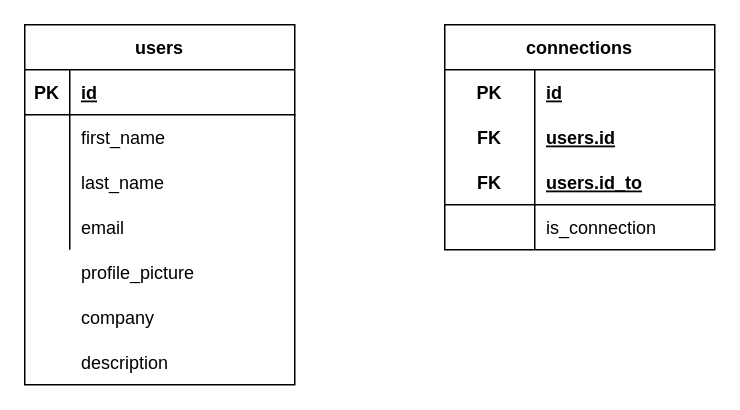
Earlier version of the draw.io diagram Schema.drawio (SantiagoLopez-hub/Graf-us). Source tidied: cells renumbered, new cells numbered last; positions are measured from the earlier drawing's top-left corner, leaving out a move shared by most shapes. Both pictures are drawn from the tidied source at 150%, with x=0, y=0 at pixel (24, 24).
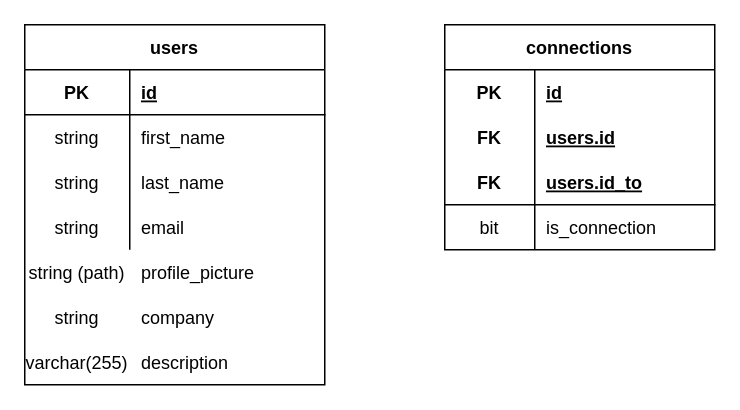
The same page after the edit.

Commit message:
Adding datatypes to fields

The change refers to these unchanged cells:
```xml
<mxCell id="28" style="shape=partialRectangle;fillColor=none;top=0;left=0;bottom=0;right=0;rounded=0;sketch=0;" parent="18" vertex="1">
  <mxGeometry y="120" width="180" height="30" as="geometry" />
</mxCell>
```

Diff of the diagram source:
```diff
@@
     <mxCell id="2" value="users" style="shape=table;startSize=30;childLayout=tableLayout;rowLines=0;fontStyle=1;align=center;rounded=0;sketch=0;" parent="1" vertex="1">
-      <mxGeometry width="180" height="240" as="geometry" />
+      <mxGeometry width="200" height="240" as="geometry" />
     </mxCell>
     <mxCell id="3" style="shape=partialRectangle;fillColor=none;top=0;left=0;bottom=1;right=0;rounded=0;sketch=0;" parent="2" vertex="1">
-      <mxGeometry y="30" width="180" height="30" as="geometry" />
+      <mxGeometry y="30" width="200" height="30" as="geometry" />
     </mxCell>
     <mxCell id="4" value="PK" style="shape=partialRectangle;fillColor=none;top=0;left=0;bottom=0;right=0;fontStyle=1;overflow=hidden;rounded=0;sketch=0;" parent="3" vertex="1">
-      <mxGeometry width="30" height="30" as="geometry" />
+      <mxGeometry width="70" height="30" as="geometry" />
     </mxCell>
     <mxCell id="5" value="id" style="shape=partialRectangle;fillColor=none;top=0;left=0;bottom=0;right=0;align=left;spacingLeft=6;fontStyle=5;overflow=hidden;rounded=0;sketch=0;" parent="3" vertex="1">
-      <mxGeometry x="30" width="150" height="30" as="geometry" />
+      <mxGeometry x="70" width="130" height="30" as="geometry" />
     </mxCell>
     <mxCell id="6" style="shape=partialRectangle;fillColor=none;top=0;left=0;bottom=0;right=0;rounded=0;sketch=0;" parent="2" vertex="1">
-      <mxGeometry y="60" width="180" height="30" as="geometry" />
+      <mxGeometry y="60" width="200" height="30" as="geometry" />
     </mxCell>
-    <mxCell id="7" style="shape=partialRectangle;fillColor=none;top=0;left=0;bottom=0;right=0;overflow=hidden;rounded=0;sketch=0;" parent="6" vertex="1">
-      <mxGeometry width="30" height="30" as="geometry" />
+    <mxCell id="7" value="string" style="shape=partialRectangle;fillColor=none;top=0;left=0;bottom=0;right=0;overflow=hidden;rounded=0;sketch=0;" parent="6" vertex="1">
+      <mxGeometry width="70" height="30" as="geometry" />
     </mxCell>
     <mxCell id="8" value="first_name" style="shape=partialRectangle;fillColor=none;top=0;left=0;bottom=0;right=0;align=left;spacingLeft=6;overflow=hidden;rounded=0;sketch=0;" parent="6" vertex="1">
-      <mxGeometry x="30" width="150" height="30" as="geometry" />
+      <mxGeometry x="70" width="130" height="30" as="geometry" />
     </mxCell>
     <mxCell id="9" style="shape=partialRectangle;fillColor=none;top=0;left=0;bottom=0;right=0;rounded=0;sketch=0;" parent="2" vertex="1">
-      <mxGeometry y="90" width="180" height="30" as="geometry" />
+      <mxGeometry y="90" width="200" height="30" as="geometry" />
     </mxCell>
-    <mxCell id="10" style="shape=partialRectangle;fillColor=none;top=0;left=0;bottom=0;right=0;overflow=hidden;rounded=0;sketch=0;" parent="9" vertex="1">
-      <mxGeometry width="30" height="30" as="geometry" />
+    <mxCell id="10" value="string" style="shape=partialRectangle;fillColor=none;top=0;left=0;bottom=0;right=0;overflow=hidden;rounded=0;sketch=0;" parent="9" vertex="1">
+      <mxGeometry width="70" height="30" as="geometry" />
     </mxCell>
     <mxCell id="11" value="last_name" style="shape=partialRectangle;fillColor=none;top=0;left=0;bottom=0;right=0;align=left;spacingLeft=6;overflow=hidden;rounded=0;sketch=0;" parent="9" vertex="1">
-      <mxGeometry x="30" width="150" height="30" as="geometry" />
+      <mxGeometry x="70" width="130" height="30" as="geometry" />
     </mxCell>
     <mxCell id="12" style="shape=partialRectangle;fillColor=none;top=0;left=0;bottom=0;right=0;rounded=0;sketch=0;" parent="2" vertex="1">
-      <mxGeometry y="120" width="180" height="30" as="geometry" />
+      <mxGeometry y="120" width="200" height="30" as="geometry" />
     </mxCell>
-    <mxCell id="13" style="shape=partialRectangle;fillColor=none;top=0;left=0;bottom=0;right=0;overflow=hidden;rounded=0;sketch=0;" parent="12" vertex="1">
-      <mxGeometry width="30" height="30" as="geometry" />
+    <mxCell id="13" value="string" style="shape=partialRectangle;fillColor=none;top=0;left=0;bottom=0;right=0;overflow=hidden;rounded=0;sketch=0;" parent="12" vertex="1">
+      <mxGeometry width="70" height="30" as="geometry" />
     </mxCell>
     <mxCell id="14" value="email" style="shape=partialRectangle;fillColor=none;top=0;left=0;bottom=0;right=0;align=left;spacingLeft=6;overflow=hidden;rounded=0;sketch=0;" parent="12" vertex="1">
-      <mxGeometry x="30" width="150" height="30" as="geometry" />
+      <mxGeometry x="70" width="130" height="30" as="geometry" />
     </mxCell>
     <mxCell id="15" value="profile_picture" style="shape=partialRectangle;fillColor=none;top=0;left=0;bottom=0;right=0;align=left;spacingLeft=6;overflow=hidden;rounded=0;sketch=0;" parent="1" vertex="1">
-      <mxGeometry x="30" y="150" width="150" height="30" as="geometry" />
+      <mxGeometry x="70" y="150" width="130" height="30" as="geometry" />
     </mxCell>
     <mxCell id="16" value="company" style="shape=partialRectangle;fillColor=none;top=0;left=0;bottom=0;right=0;align=left;spacingLeft=6;overflow=hidden;rounded=0;sketch=0;" parent="1" vertex="1">
-      <mxGeometry x="30" y="180" width="150" height="30" as="geometry" />
+      <mxGeometry x="70" y="180" width="130" height="30" as="geometry" />
     </mxCell>
     <mxCell id="17" value="description" style="shape=partialRectangle;fillColor=none;top=0;left=0;bottom=0;right=0;align=left;spacingLeft=6;overflow=hidden;rounded=0;sketch=0;" parent="1" vertex="1">
-      <mxGeometry x="30" y="210" width="150" height="30" as="geometry" />
+      <mxGeometry x="70" y="210" width="130" height="30" as="geometry" />
     </mxCell>
@@
-    <mxCell id="29" style="shape=partialRectangle;fillColor=none;top=0;left=0;bottom=0;right=0;overflow=hidden;rounded=0;sketch=0;" parent="28" vertex="1">
+    <mxCell id="29" value="bit" style="shape=partialRectangle;fillColor=none;top=0;left=0;bottom=0;right=0;overflow=hidden;rounded=0;sketch=0;" parent="28" vertex="1">
       <mxGeometry width="60" height="30" as="geometry" />
     </mxCell>
@@
+    <mxCell id="34" value="string (path)" style="shape=partialRectangle;fillColor=none;top=0;left=0;bottom=0;right=0;overflow=hidden;rounded=0;sketch=0;" parent="1" vertex="1">
+      <mxGeometry y="150" width="70" height="30" as="geometry" />
+    </mxCell>
+    <mxCell id="35" value="string" style="shape=partialRectangle;fillColor=none;top=0;left=0;bottom=0;right=0;overflow=hidden;rounded=0;sketch=0;" parent="1" vertex="1">
+      <mxGeometry y="180" width="70" height="30" as="geometry" />
+    </mxCell>
+    <mxCell id="36" value="varchar(255)" style="shape=partialRectangle;fillColor=none;top=0;left=0;bottom=0;right=0;overflow=hidden;rounded=0;sketch=0;" parent="1" vertex="1">
+      <mxGeometry y="210" width="70" height="30" as="geometry" />
+    </mxCell>
```
